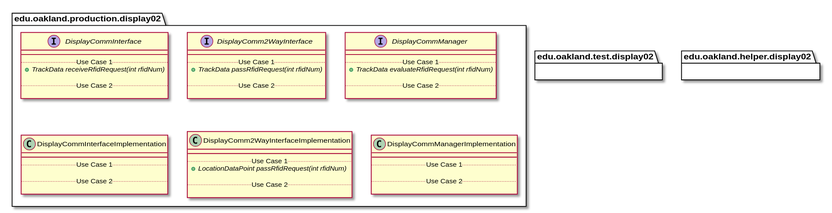
Before: docs/uml-class-diagrams/display02/Display02Packages.svg, a diagram exported from PlantUML (elilley15/csi-3370-software-project).
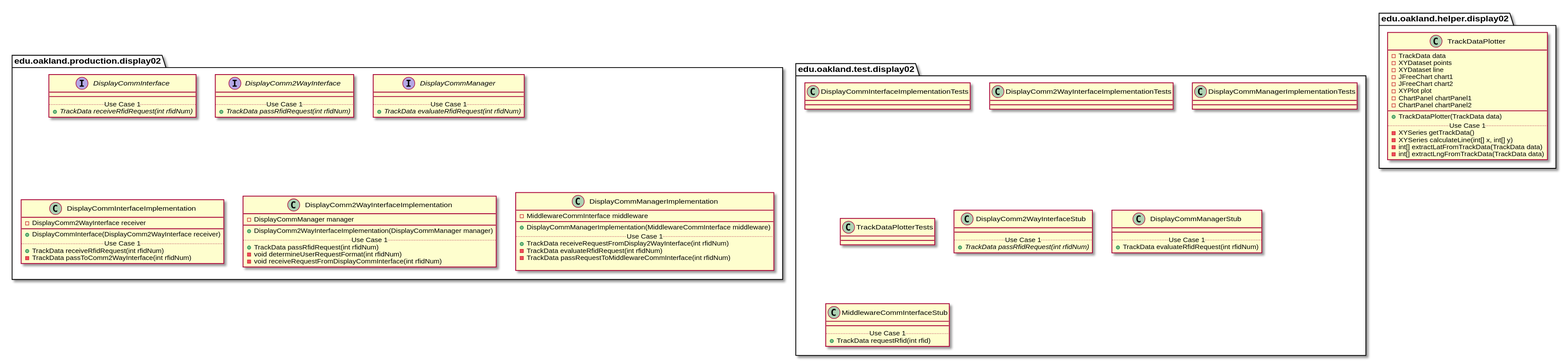
Later version of the same file.

The edit, as a diff of the source:
```diff
@@ -11,9 +11,6 @@
         __
         .. Use Case 1 ..
         {abstract} + TrackData receiveRfidRequest(int rfidNum)
-
-        .. Use Case 2 ..
-
     }
 }
 
@@ -23,9 +20,6 @@
         __
         .. Use Case 1 ..
         {abstract} + TrackData passRfidRequest(int rfidNum)
-
-        .. Use Case 2 ..
-
     }
 }
 
@@ -35,42 +29,44 @@
         __
         .. Use Case 1 ..
         {abstract} + TrackData evaluateRfidRequest(int rfidNum)
-
-        .. Use Case 2 ..
-
     }
 }
 
 
 package edu.oakland.production.display02 {
     class DisplayCommInterfaceImplementation {
+        - DisplayComm2WayInterface receiver
         __
+        + DisplayCommInterface(DisplayComm2WayInterface receiver)
         .. Use Case 1 ..
-
-        .. Use Case 2 ..
-
+        + TrackData receiveRfidRequest(int rfidNum)
+        - TrackData passToComm2WayInterface(int rfidNum)
     }
 }
 
 
 package edu.oakland.production.display02 {
     class DisplayComm2WayInterfaceImplementation {
+        - DisplayCommManager manager
         __
+        + DisplayComm2WayInterfaceImplementation(DisplayCommManager manager)
         .. Use Case 1 ..
-        {abstract} + LocationDataPoint passRfidRequest(int rfidNum)
-
-        .. Use Case 2 ..
-
+        + TrackData passRfidRequest(int rfidNum)
+        - void determineUserRequestFormat(int rfidNum)
+        - void receiveRequestFromDisplayCommInterface(int rfidNum)
     }
 }
 
 
 package edu.oakland.production.display02 {
     class DisplayCommManagerImplementation {
+        - MiddlewareCommInterface middleware
         __
+        + DisplayCommManagerImplementation(MiddlewareCommInterface middleware)
         .. Use Case 1 ..
-
-        .. Use Case 2 ..
+        + TrackData receiveRequestFromDisplay2WayInterface(int rfidNum)
+        - TrackData evaluateRfidRequest(int rfidNum)
+        - TrackData passRequestToMiddlewareCommInterface(int rfidNum)
 
     }
 }
@@ -82,9 +78,87 @@
 }
 
 
+package edu.oakland.test.display02 {
+    class DisplayCommInterfaceImplementationTests {
+
+    }
+}
+
+
+package edu.oakland.test.display02 {
+    class DisplayComm2WayInterfaceImplementationTests {
+
+    }
+}
+
+
+package edu.oakland.test.display02 {
+    class DisplayCommManagerImplementationTests {
+
+    }
+}
+
+
+package edu.oakland.test.display02 {
+    class TrackDataPlotterTests {
+
+    }
+}
+
+
+package edu.oakland.test.display02 {
+    class DisplayComm2WayInterfaceStub {
+        __
+        .. Use Case 1 ..
+        {abstract} + TrackData passRfidRequest(int rfidNum)
+    }
+}
+
+
+package edu.oakland.test.display02 {
+    class DisplayCommManagerStub {
+        __
+        .. Use Case 1 ..
+        + TrackData evaluateRfidRequest(int rfidNum)
+    }
+}
+
+
+package edu.oakland.test.display02 {
+    class MiddlewareCommInterfaceStub {
+        __
+        .. Use Case 1 ..
+        + TrackData requestRfid(int rfid)
+    }
+}
+
+
+
 package edu.oakland.helper.display02 {
 
 }
 
 
+package edu.oakland.helper.display02 {
+    class TrackDataPlotter {
+        - TrackData data
+        - XYDataset points
+        - XYDataset line
+        - JFreeChart chart1
+        - JFreeChart chart2
+        - XYPlot plot
+        - ChartPanel chartPanel1
+        - ChartPanel chartPanel2
+        __
+        + TrackDataPlotter(TrackData data)
+        .. Use Case 1 ..
+        - XYSeries getTrackData()
+        - XYSeries calculateLine(int[] x, int[] y)
+        - int[] extractLatFromTrackData(TrackData data)
+        - int[] extractLngFromTrackData(TrackData data)
+    }
+}
+
+
+
 @enduml
```
